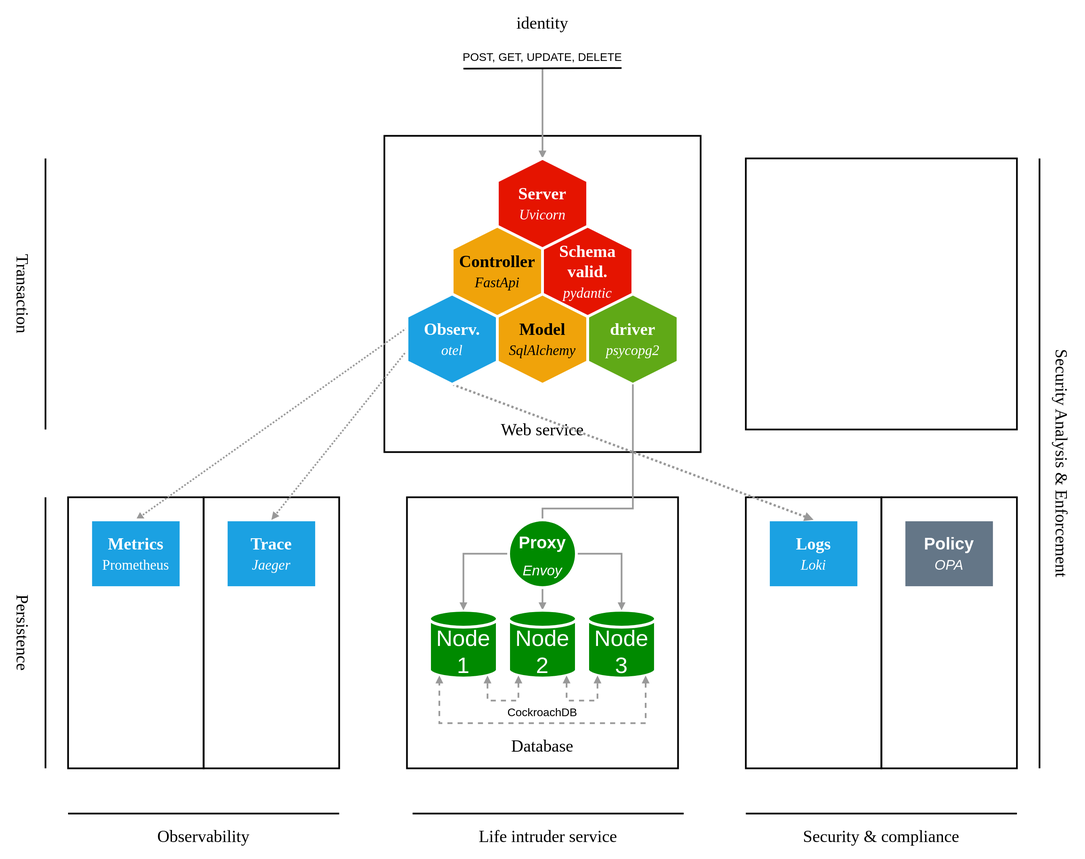
This is docs/diagrams/architecture.drawio.svg from testruction/fastapi-sqlalchemy-cockroachdb, a draw.io export, as it was before one commit. Source tidied: cells renumbered, new cells last; positions are measured from the earlier drawing's top-left corner, leaving out a move shared by most shapes.
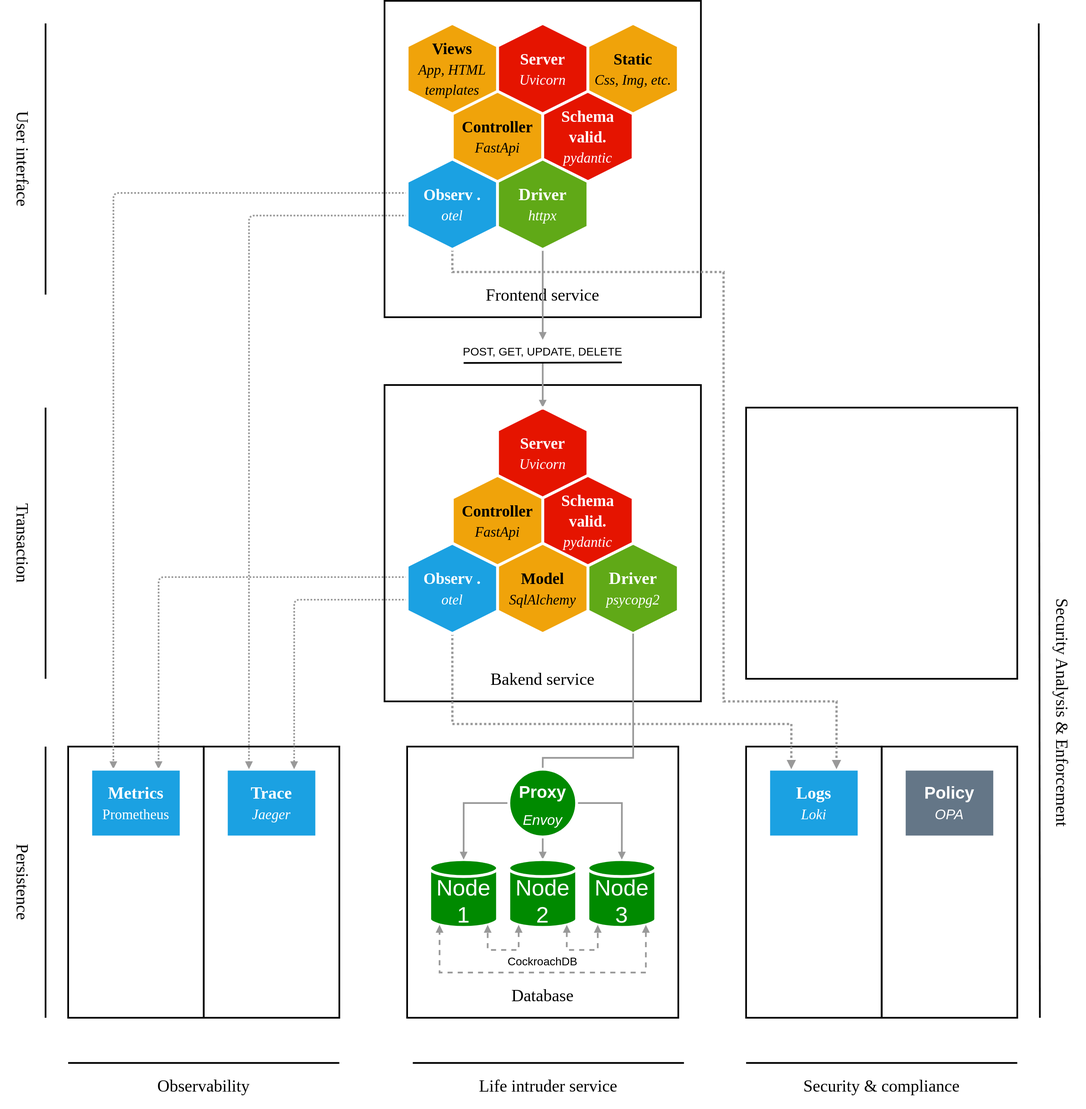
The same file after the commit.

Diff of the diagram source:
```diff
@@ -26,7 +26,7 @@
     <mxCell id="9" value="&lt;b&gt;Trace&lt;/b&gt;&lt;br&gt;&lt;i&gt;&lt;font style=&quot;font-size: 25px;&quot;&gt;Jaeger&lt;/font&gt;&lt;/i&gt;" style="rounded=0;whiteSpace=wrap;html=1;fontSize=30;align=center;fillColor=#1ba1e2;strokeWidth=5;fontColor=#ffffff;strokeColor=#FFFFFF;fontFamily=Verdana;" parent="1" vertex="1">
       <mxGeometry x="560" y="920" width="160" height="120" as="geometry" />
     </mxCell>
-    <mxCell id="10" style="rounded=0;jettySize=auto;html=1;exitX=0.375;exitY=1;exitDx=0;exitDy=0;entryX=0.5;entryY=0;entryDx=0;entryDy=0;startArrow=none;startFill=0;endArrow=block;endFill=1;strokeColor=#999999;strokeWidth=3;fontFamily=Arial;fontSize=20;fontColor=#005700;dashed=1;dashPattern=1 1;" parent="1" edge="1" source="36" target="55">
+    <mxCell id="10" style="rounded=1;jettySize=auto;html=1;exitX=0.375;exitY=1;exitDx=0;exitDy=0;entryX=0.75;entryY=0;entryDx=0;entryDy=0;startArrow=none;startFill=0;endArrow=block;endFill=1;strokeColor=#999999;strokeWidth=3;fontFamily=Arial;fontSize=20;fontColor=#005700;dashed=1;dashPattern=1 1;edgeStyle=orthogonalEdgeStyle;" parent="1" edge="1" source="36" target="55">
       <mxGeometry relative="1" as="geometry" />
     </mxCell>
     <mxCell id="11" style="endArrow=none;html=1;labelBackgroundColor=none;strokeWidth=3;fontSize=15;align=right;" parent="1" edge="1">
@@ -56,7 +56,7 @@
     <mxCell id="16" value="Security &amp;amp; compliance" style="text;html=1;strokeColor=none;fillColor=none;align=center;verticalAlign=middle;whiteSpace=wrap;rounded=0;sketch=0;fontSize=30;fontFamily=Arial Black;rotation=0;" parent="1" vertex="1">
       <mxGeometry x="1520" y="1440" width="400" height="80" as="geometry" />
     </mxCell>
-    <mxCell id="17" value="&lt;b&gt;driver&lt;/b&gt;&lt;br&gt;&lt;font style=&quot;font-size: 25px;&quot;&gt;&lt;i&gt;psycopg2&lt;/i&gt;&lt;/font&gt;" style="shape=hexagon;html=1;whiteSpace=wrap;perimeter=hexagonPerimeter;rounded=0;fontSize=30;align=center;direction=south;fontFamily=Verdana;fillColor=#60a917;fontColor=#ffffff;strokeColor=#FFFFFF;strokeWidth=5;" parent="1" vertex="1">
+    <mxCell id="17" value="&lt;b&gt;Driver&lt;/b&gt;&lt;br&gt;&lt;font style=&quot;font-size: 25px;&quot;&gt;&lt;i&gt;psycopg2&lt;/i&gt;&lt;/font&gt;" style="shape=hexagon;html=1;whiteSpace=wrap;perimeter=hexagonPerimeter;rounded=0;fontSize=30;align=center;direction=south;fontFamily=Verdana;fillColor=#60a917;fontColor=#ffffff;strokeColor=#FFFFFF;strokeWidth=5;" parent="1" vertex="1">
       <mxGeometry x="1200" y="520" width="160" height="160" as="geometry" />
     </mxCell>
     <mxCell id="18" style="rounded=0;whiteSpace=wrap;html=1;strokeWidth=3;fillColor=none;fontFamily=Arial;fontSize=20;fontColor=#005700;align=center;" parent="1" vertex="1">
@@ -77,11 +77,17 @@
     <mxCell id="23" value="&lt;b&gt;Policy&lt;/b&gt;&lt;br&gt;&lt;i&gt;&lt;font style=&quot;font-size: 25px;&quot;&gt;OPA&lt;/font&gt;&lt;/i&gt;" style="rounded=0;whiteSpace=wrap;html=1;fontSize=30;align=center;fillColor=#647687;strokeWidth=5;fontColor=#ffffff;strokeColor=#FFFFFF;" parent="1" vertex="1">
       <mxGeometry x="1760" y="920" width="160" height="120" as="geometry" />
     </mxCell>
+    <mxCell id="58" style="whiteSpace=wrap;html=1;rounded=0;sketch=0;fillColor=none;strokeWidth=3;" parent="1" vertex="1">
+      <mxGeometry x="840" y="-440" width="560" height="560" as="geometry" />
+    </mxCell>
+    <mxCell id="59" value="Frontend service" style="text;html=1;strokeColor=none;fillColor=none;align=center;verticalAlign=middle;whiteSpace=wrap;rounded=0;sketch=0;fontSize=30;fontFamily=Arial Black;" parent="1" vertex="1">
+      <mxGeometry x="840" y="40" width="560" height="80" as="geometry" />
+    </mxCell>
     <mxCell id="24" value="Component" parent="0" />
-    <mxCell id="25" value="Web service" style="text;html=1;strokeColor=none;fillColor=none;align=center;verticalAlign=middle;whiteSpace=wrap;rounded=0;sketch=0;fontSize=30;fontFamily=Arial Black;" parent="24" vertex="1">
+    <mxCell id="25" value="Bakend service" style="text;html=1;strokeColor=none;fillColor=none;align=center;verticalAlign=middle;whiteSpace=wrap;rounded=0;sketch=0;fontSize=30;fontFamily=Arial Black;" parent="24" vertex="1">
       <mxGeometry x="840" y="720" width="560" height="80" as="geometry" />
     </mxCell>
-    <mxCell id="26" value="&lt;b&gt;Model&lt;/b&gt;&lt;br&gt;&lt;i&gt;&lt;font style=&quot;font-size: 25px;&quot;&gt;SqlAlchemy&lt;/font&gt;&lt;/i&gt;" style="shape=hexagon;html=1;whiteSpace=wrap;perimeter=hexagonPerimeter;rounded=0;fontSize=30;align=center;direction=south;fontFamily=Verdana;fillColor=#f0a30a;fontColor=#000000;strokeColor=#FFFFFF;strokeWidth=5;" parent="24" vertex="1">
+    <mxCell id="26" value="&lt;b&gt;&lt;font style=&quot;font-size: 28px;&quot;&gt;Model&lt;/font&gt;&lt;/b&gt;&lt;br&gt;&lt;i&gt;&lt;font style=&quot;font-size: 25px;&quot;&gt;SqlAlchemy&lt;/font&gt;&lt;/i&gt;" style="shape=hexagon;html=1;whiteSpace=wrap;perimeter=hexagonPerimeter;rounded=0;fontSize=30;align=center;direction=south;fontFamily=Verdana;fillColor=#f0a30a;fontColor=#000000;strokeColor=#FFFFFF;strokeWidth=5;" parent="24" vertex="1">
       <mxGeometry x="1040" y="520" width="160" height="160" as="geometry" />
     </mxCell>
     <mxCell id="27" style="rounded=0;jettySize=auto;html=1;exitX=0.5;exitY=1;exitDx=0;exitDy=0;entryX=0.5;entryY=0;entryDx=0;entryDy=0;entryPerimeter=0;strokeWidth=3;endArrow=block;endFill=1;fontSize=30;strokeColor=#999999;startArrow=none;" parent="24" edge="1" source="44" target="28">
@@ -94,30 +100,32 @@
       <mxGeometry relative="1" as="geometry" />
     </mxCell>
     <mxCell id="30" value="POST,&amp;nbsp;GET, UPDATE, DELETE" style="text;html=1;strokeColor=none;fillColor=none;align=center;verticalAlign=middle;whiteSpace=wrap;rounded=0;sketch=0;fontSize=20;fontFamily=Arial;" parent="24" vertex="1">
-      <mxGeometry x="960" y="80" width="320" height="40" as="geometry" />
+      <mxGeometry x="960" y="160" width="320" height="40" as="geometry" />
     </mxCell>
     <mxCell id="31" style="endArrow=none;html=1;labelBackgroundColor=none;strokeWidth=3;fontSize=15;align=right;" parent="24" edge="1">
       <mxGeometry relative="1" as="geometry">
-        <mxPoint x="980" y="121" as="sourcePoint" />
-        <mxPoint x="1260" y="120" as="targetPoint" />
+        <mxPoint x="980" y="201" as="sourcePoint" />
+        <mxPoint x="1260" y="200" as="targetPoint" />
       </mxGeometry>
     </mxCell>
-    <mxCell id="32" value="identity" style="text;html=1;strokeColor=none;fillColor=none;align=center;verticalAlign=middle;whiteSpace=wrap;rounded=0;sketch=0;fontSize=30;fontFamily=Arial Black;" parent="24" vertex="1">
-      <mxGeometry x="1000" width="240" height="80" as="geometry" />
-    </mxCell>
-    <mxCell id="33" style="rounded=0;jettySize=auto;html=1;exitX=1;exitY=0.5;exitDx=0;exitDy=0;entryX=0.5;entryY=0;entryDx=0;entryDy=0;endArrow=block;endFill=1;strokeColor=#999999;strokeWidth=4;fontFamily=Arial;fontSize=20;fontColor=#005700;startArrow=none;startFill=0;dashed=1;dashPattern=1 1;" parent="24" edge="1" source="36" target="20">
-      <mxGeometry relative="1" as="geometry" />
+    <mxCell id="33" style="rounded=0;jettySize=auto;html=1;exitX=1;exitY=0.5;exitDx=0;exitDy=0;entryX=0.25;entryY=0;entryDx=0;entryDy=0;endArrow=block;endFill=1;strokeColor=#999999;strokeWidth=4;fontFamily=Arial;fontSize=20;fontColor=#005700;startArrow=none;startFill=0;dashed=1;dashPattern=1 1;edgeStyle=orthogonalEdgeStyle;" parent="24" edge="1" source="36" target="20">
+      <mxGeometry relative="1" as="geometry">
+        <Array as="points">
+          <mxPoint x="960" y="840" />
+          <mxPoint x="1560" y="840" />
+        </Array>
+      </mxGeometry>
     </mxCell>
-    <mxCell id="34" style="rounded=0;jettySize=auto;html=1;endArrow=block;endFill=1;strokeColor=#999999;strokeWidth=3;fontFamily=Arial;fontSize=20;fontColor=#005700;exitX=0.625;exitY=1;exitDx=0;exitDy=0;entryX=0.5;entryY=0;entryDx=0;entryDy=0;dashed=1;dashPattern=1 1;" parent="24" edge="1" source="36" target="9">
+    <mxCell id="34" style="rounded=1;jettySize=auto;html=1;endArrow=block;endFill=1;strokeColor=#999999;strokeWidth=3;fontFamily=Arial;fontSize=20;fontColor=#005700;exitX=0.625;exitY=1;exitDx=0;exitDy=0;entryX=0.75;entryY=0;entryDx=0;entryDy=0;dashed=1;dashPattern=1 1;edgeStyle=orthogonalEdgeStyle;" parent="24" edge="1" source="36" target="9">
       <mxGeometry relative="1" as="geometry" />
     </mxCell>
-    <mxCell id="35" value="&lt;b&gt;Server&lt;/b&gt;&lt;br&gt;&lt;i&gt;&lt;font style=&quot;font-size: 25px;&quot;&gt;Uvicorn&lt;/font&gt;&lt;/i&gt;" style="shape=hexagon;html=1;whiteSpace=wrap;perimeter=hexagonPerimeter;rounded=0;fontSize=30;align=center;direction=south;fontFamily=Verdana;fillColor=#e51400;fontColor=#ffffff;strokeColor=#FFFFFF;strokeWidth=5;" parent="24" vertex="1">
+    <mxCell id="35" value="&lt;b&gt;&lt;font style=&quot;font-size: 28px;&quot;&gt;Server&lt;/font&gt;&lt;/b&gt;&lt;br&gt;&lt;i&gt;&lt;font style=&quot;font-size: 25px;&quot;&gt;Uvicorn&lt;/font&gt;&lt;/i&gt;" style="shape=hexagon;html=1;whiteSpace=wrap;perimeter=hexagonPerimeter;rounded=0;fontSize=30;align=center;direction=south;fontFamily=Verdana;fillColor=#e51400;fontColor=#ffffff;strokeColor=#FFFFFF;strokeWidth=5;" parent="24" vertex="1">
       <mxGeometry x="1040" y="280" width="160" height="160" as="geometry" />
     </mxCell>
-    <mxCell id="36" value="&lt;b&gt;Observ.&lt;/b&gt;&lt;br&gt;&lt;i&gt;&lt;font style=&quot;font-size: 25px;&quot;&gt;otel&lt;/font&gt;&lt;/i&gt;" style="shape=hexagon;html=1;whiteSpace=wrap;perimeter=hexagonPerimeter;rounded=0;fontSize=30;align=center;direction=south;fontFamily=Verdana;fillColor=#1ba1e2;fontColor=#ffffff;strokeColor=#FFFFFF;strokeWidth=5;" parent="24" vertex="1">
+    <mxCell id="36" value="&lt;b style=&quot;&quot;&gt;&lt;font style=&quot;font-size: 28px;&quot;&gt;Observ&lt;/font&gt;&lt;span style=&quot;font-size: 29px;&quot;&gt;.&lt;/span&gt;&lt;/b&gt;&lt;br&gt;&lt;i&gt;&lt;font style=&quot;font-size: 25px;&quot;&gt;otel&lt;/font&gt;&lt;/i&gt;" style="shape=hexagon;html=1;whiteSpace=wrap;perimeter=hexagonPerimeter;rounded=0;fontSize=30;align=center;direction=south;fontFamily=Verdana;fillColor=#1ba1e2;fontColor=#ffffff;strokeColor=#FFFFFF;strokeWidth=5;" parent="24" vertex="1">
       <mxGeometry x="880" y="520" width="160" height="160" as="geometry" />
     </mxCell>
-    <mxCell id="37" value="&lt;b&gt;Schema valid.&lt;/b&gt;&lt;br&gt;&lt;i&gt;&lt;font style=&quot;font-size: 25px;&quot;&gt;pydantic&lt;/font&gt;&lt;/i&gt;" style="shape=hexagon;html=1;whiteSpace=wrap;perimeter=hexagonPerimeter;rounded=0;fontSize=30;align=center;direction=south;fontFamily=Verdana;fillColor=#e51400;fontColor=#ffffff;strokeColor=#FFFFFF;strokeWidth=5;" parent="24" vertex="1">
+    <mxCell id="37" value="&lt;b&gt;&lt;font style=&quot;font-size: 28px;&quot;&gt;Schema valid.&lt;/font&gt;&lt;/b&gt;&lt;br&gt;&lt;i&gt;&lt;font style=&quot;font-size: 25px;&quot;&gt;pydantic&lt;/font&gt;&lt;/i&gt;" style="shape=hexagon;html=1;whiteSpace=wrap;perimeter=hexagonPerimeter;rounded=0;fontSize=30;align=center;direction=south;fontFamily=Verdana;fillColor=#e51400;fontColor=#ffffff;strokeColor=#FFFFFF;strokeWidth=5;" parent="24" vertex="1">
       <mxGeometry x="1120" y="400" width="160" height="160" as="geometry" />
     </mxCell>
     <mxCell id="38" value="Node 1" style="shape=cylinder3;whiteSpace=wrap;html=1;boundedLbl=1;backgroundOutline=1;size=15;strokeWidth=5;fontSize=40;fillColor=#008a00;fontColor=#ffffff;strokeColor=#FFFFFF;" parent="24" vertex="1">
@@ -170,12 +178,61 @@
     <mxCell id="47" value="Database" style="text;html=1;strokeColor=none;fillColor=none;align=center;verticalAlign=middle;whiteSpace=wrap;rounded=0;sketch=0;fontSize=30;fontFamily=Arial Black;" parent="24" vertex="1">
       <mxGeometry x="880" y="1280" width="480" height="80" as="geometry" />
     </mxCell>
-    <mxCell id="48" value="&lt;b&gt;Controller&lt;/b&gt;&lt;br&gt;&lt;i&gt;&lt;font style=&quot;font-size: 25px;&quot;&gt;FastApi&lt;/font&gt;&lt;/i&gt;" style="shape=hexagon;html=1;whiteSpace=wrap;perimeter=hexagonPerimeter;rounded=0;fontSize=30;align=center;direction=south;fontFamily=Verdana;fillColor=#f0a30a;fontColor=#000000;strokeColor=#FFFFFF;strokeWidth=5;" parent="24" vertex="1">
+    <mxCell id="48" value="&lt;b&gt;&lt;font style=&quot;font-size: 28px;&quot;&gt;Controller&lt;/font&gt;&lt;/b&gt;&lt;br&gt;&lt;i&gt;&lt;font style=&quot;font-size: 25px;&quot;&gt;FastApi&lt;/font&gt;&lt;/i&gt;" style="shape=hexagon;html=1;whiteSpace=wrap;perimeter=hexagonPerimeter;rounded=0;fontSize=30;align=center;direction=south;fontFamily=Verdana;fillColor=#f0a30a;fontColor=#000000;strokeColor=#FFFFFF;strokeWidth=5;" parent="24" vertex="1">
       <mxGeometry x="960" y="400" width="160" height="160" as="geometry" />
     </mxCell>
     <mxCell id="49" value="CockroachDB" style="text;html=1;strokeColor=none;fillColor=none;align=center;verticalAlign=middle;whiteSpace=wrap;rounded=0;sketch=0;fontSize=20;fontFamily=Arial;" parent="24" vertex="1">
       <mxGeometry x="1000" y="1240" width="240" height="40" as="geometry" />
     </mxCell>
+    <mxCell id="60" value="&lt;b&gt;&lt;font style=&quot;font-size: 28px;&quot;&gt;Server&lt;/font&gt;&lt;/b&gt;&lt;br&gt;&lt;i&gt;&lt;font style=&quot;font-size: 25px;&quot;&gt;Uvicorn&lt;/font&gt;&lt;/i&gt;" style="shape=hexagon;html=1;whiteSpace=wrap;perimeter=hexagonPerimeter;rounded=0;fontSize=30;align=center;direction=south;fontFamily=Verdana;fillColor=#e51400;fontColor=#ffffff;strokeColor=#FFFFFF;strokeWidth=5;" parent="24" vertex="1">
+      <mxGeometry x="1040" y="-400" width="160" height="160" as="geometry" />
+    </mxCell>
+    <mxCell id="61" value="&lt;b&gt;&lt;font style=&quot;font-size: 28px;&quot;&gt;Controller&lt;/font&gt;&lt;/b&gt;&lt;br&gt;&lt;i&gt;&lt;font style=&quot;font-size: 25px;&quot;&gt;FastApi&lt;/font&gt;&lt;/i&gt;" style="shape=hexagon;html=1;whiteSpace=wrap;perimeter=hexagonPerimeter;rounded=0;fontSize=30;align=center;direction=south;fontFamily=Verdana;fillColor=#f0a30a;fontColor=#000000;strokeColor=#FFFFFF;strokeWidth=5;" parent="24" vertex="1">
+      <mxGeometry x="960" y="-280" width="160" height="160" as="geometry" />
+    </mxCell>
+    <mxCell id="62" value="&lt;b&gt;&lt;font style=&quot;font-size: 28px;&quot;&gt;Schema valid.&lt;/font&gt;&lt;/b&gt;&lt;br&gt;&lt;i&gt;&lt;font style=&quot;font-size: 25px;&quot;&gt;pydantic&lt;/font&gt;&lt;/i&gt;" style="shape=hexagon;html=1;whiteSpace=wrap;perimeter=hexagonPerimeter;rounded=0;fontSize=30;align=center;direction=south;fontFamily=Verdana;fillColor=#e51400;fontColor=#ffffff;strokeColor=#FFFFFF;strokeWidth=5;" parent="24" vertex="1">
+      <mxGeometry x="1120" y="-280" width="160" height="160" as="geometry" />
+    </mxCell>
+    <mxCell id="63" style="edgeStyle=orthogonalEdgeStyle;html=1;exitX=0.625;exitY=1;exitDx=0;exitDy=0;entryX=0.25;entryY=0;entryDx=0;entryDy=0;fontSize=20;endArrow=block;fontFamily=Arial;strokeColor=#999999;fontColor=#005700;startArrow=none;startFill=0;endFill=1;strokeWidth=3;dashed=1;dashPattern=1 1;" parent="24" edge="1" source="66" target="9">
+      <mxGeometry relative="1" as="geometry" />
+    </mxCell>
+    <mxCell id="64" style="edgeStyle=orthogonalEdgeStyle;rounded=1;html=1;exitX=0.375;exitY=1;exitDx=0;exitDy=0;entryX=0.25;entryY=0;entryDx=0;entryDy=0;fontSize=20;endArrow=block;fontFamily=Arial;strokeColor=#999999;fontColor=#005700;startArrow=none;startFill=0;endFill=1;strokeWidth=3;dashed=1;dashPattern=1 1;" parent="24" edge="1" source="66" target="55">
+      <mxGeometry relative="1" as="geometry" />
+    </mxCell>
+    <mxCell id="65" style="edgeStyle=orthogonalEdgeStyle;rounded=0;html=1;exitX=1;exitY=0.5;exitDx=0;exitDy=0;entryX=0.75;entryY=0;entryDx=0;entryDy=0;fontSize=20;endArrow=block;fontFamily=Arial;strokeColor=#999999;fontColor=#005700;endFill=1;strokeWidth=4;startArrow=none;startFill=0;dashed=1;dashPattern=1 1;" parent="24" edge="1" source="66" target="20">
+      <mxGeometry relative="1" as="geometry">
+        <Array as="points">
+          <mxPoint x="960" y="40" />
+          <mxPoint x="1440" y="40" />
+          <mxPoint x="1440" y="800" />
+          <mxPoint x="1640" y="800" />
+        </Array>
+      </mxGeometry>
+    </mxCell>
+    <mxCell id="66" value="&lt;b style=&quot;&quot;&gt;&lt;font style=&quot;font-size: 28px;&quot;&gt;Observ&lt;/font&gt;&lt;span style=&quot;font-size: 29px;&quot;&gt;.&lt;/span&gt;&lt;/b&gt;&lt;br&gt;&lt;i&gt;&lt;font style=&quot;font-size: 25px;&quot;&gt;otel&lt;/font&gt;&lt;/i&gt;" style="shape=hexagon;html=1;whiteSpace=wrap;perimeter=hexagonPerimeter;rounded=0;fontSize=30;align=center;direction=south;fontFamily=Verdana;fillColor=#1ba1e2;fontColor=#ffffff;strokeColor=#FFFFFF;strokeWidth=5;" parent="24" vertex="1">
+      <mxGeometry x="880" y="-160" width="160" height="160" as="geometry" />
+    </mxCell>
+    <mxCell id="67" style="edgeStyle=orthogonalEdgeStyle;rounded=0;html=1;exitX=1;exitY=0.5;exitDx=0;exitDy=0;entryX=0.5;entryY=0;entryDx=0;entryDy=0;fontSize=30;endArrow=block;strokeColor=#999999;endFill=1;strokeWidth=3;" parent="24" edge="1" source="68" target="30">
+      <mxGeometry relative="1" as="geometry" />
+    </mxCell>
+    <mxCell id="68" value="&lt;b&gt;Driver&lt;/b&gt;&lt;br&gt;&lt;font style=&quot;font-size: 25px;&quot;&gt;&lt;i&gt;httpx&lt;/i&gt;&lt;/font&gt;" style="shape=hexagon;html=1;whiteSpace=wrap;perimeter=hexagonPerimeter;rounded=0;fontSize=30;align=center;direction=south;fontFamily=Verdana;fillColor=#60a917;fontColor=#ffffff;strokeColor=#FFFFFF;strokeWidth=5;" parent="24" vertex="1">
+      <mxGeometry x="1040" y="-160" width="160" height="160" as="geometry" />
+    </mxCell>
+    <mxCell id="69" value="&lt;b&gt;&lt;font style=&quot;font-size: 28px;&quot;&gt;Views&lt;/font&gt;&lt;/b&gt;&lt;br&gt;&lt;span style=&quot;font-size: 25px;&quot;&gt;&lt;i&gt;App, HTML templates&lt;/i&gt;&lt;/span&gt;" style="shape=hexagon;html=1;whiteSpace=wrap;perimeter=hexagonPerimeter;rounded=0;fontSize=30;align=center;direction=south;fontFamily=Verdana;fillColor=#f0a30a;fontColor=#000000;strokeColor=#FFFFFF;strokeWidth=5;" parent="24" vertex="1">
+      <mxGeometry x="880" y="-400" width="160" height="160" as="geometry" />
+    </mxCell>
+    <mxCell id="70" value="&lt;b&gt;&lt;font style=&quot;font-size: 28px;&quot;&gt;Static&lt;/font&gt;&lt;/b&gt;&lt;br&gt;&lt;span style=&quot;font-size: 25px;&quot;&gt;&lt;i&gt;Css, Img, etc.&lt;/i&gt;&lt;/span&gt;" style="shape=hexagon;html=1;whiteSpace=wrap;perimeter=hexagonPerimeter;rounded=0;fontSize=30;align=center;direction=south;fontFamily=Verdana;fillColor=#f0a30a;fontColor=#000000;strokeColor=#FFFFFF;strokeWidth=5;" parent="24" vertex="1">
+      <mxGeometry x="1200" y="-400" width="160" height="160" as="geometry" />
+    </mxCell>
+    <mxCell id="71" style="endArrow=none;html=1;labelBackgroundColor=none;strokeWidth=3;fontSize=15;align=right;" parent="24" edge="1">
+      <mxGeometry relative="1" as="geometry">
+        <mxPoint x="240" y="-400" as="sourcePoint" />
+        <mxPoint x="240" y="80" as="targetPoint" />
+      </mxGeometry>
+    </mxCell>
+    <mxCell id="72" value="User interface" style="text;html=1;strokeColor=none;fillColor=none;align=center;verticalAlign=middle;whiteSpace=wrap;rounded=0;sketch=0;fontSize=30;fontFamily=Arial Black;rotation=90;" parent="24" vertex="1">
+      <mxGeometry y="-200" width="400" height="80" as="geometry" />
+    </mxCell>
     <mxCell id="50" value="Stack" parent="0" />
     <mxCell id="51" style="endArrow=none;html=1;labelBackgroundColor=none;strokeWidth=3;fontSize=15;align=right;" parent="50" edge="1">
       <mxGeometry relative="1" as="geometry">
@@ -203,7 +260,7 @@
     </mxCell>
     <mxCell id="57" style="endArrow=none;html=1;labelBackgroundColor=none;strokeWidth=3;fontSize=15;align=right;" parent="50" edge="1">
       <mxGeometry relative="1" as="geometry">
-        <mxPoint x="2000" y="280" as="sourcePoint" />
+        <mxPoint x="1998" y="-400" as="sourcePoint" />
         <mxPoint x="2000" y="1360" as="targetPoint" />
       </mxGeometry>
     </mxCell>
```
